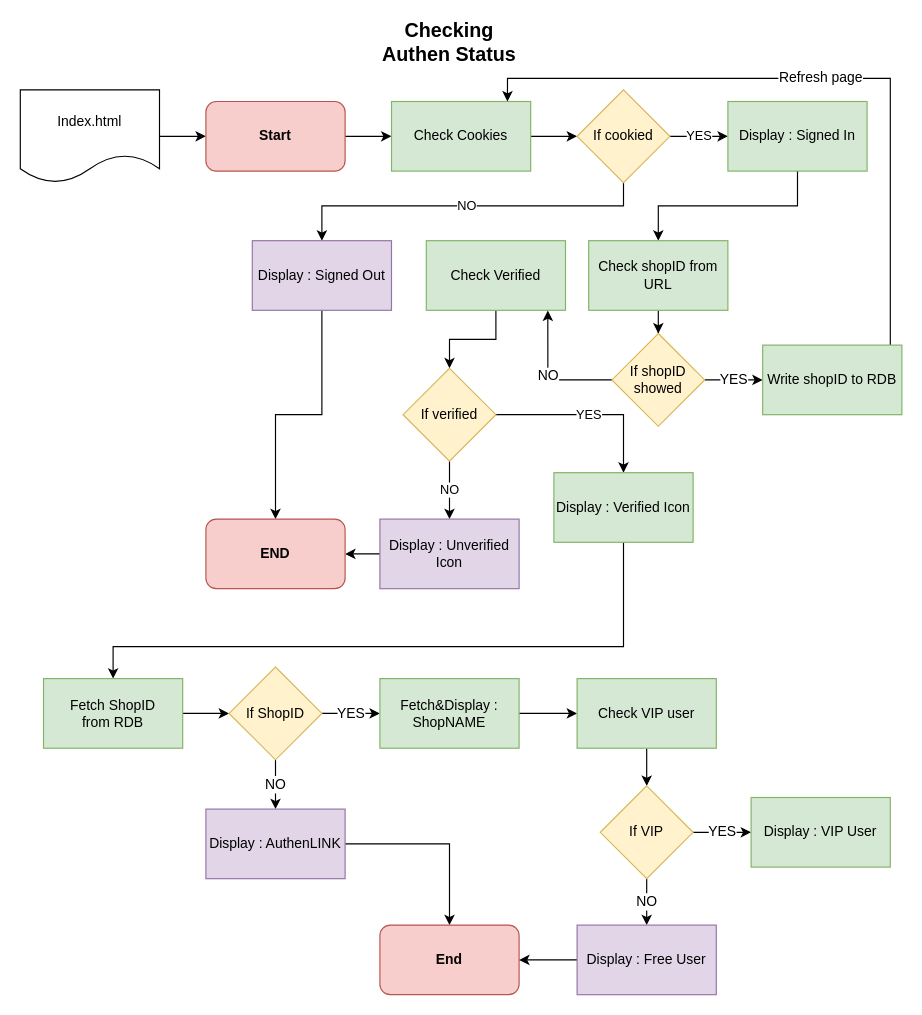
Earlier version of the draw.io diagram Untitled Diagram.drawio (klinsc/klinsc.github.io). Source tidied: cells renumbered, new cells numbered last; positions are measured from the earlier drawing's top-left corner, leaving out a move shared by most shapes. Both pictures are drawn from the tidied source at 116%, with x=0, y=0 at pixel (20, 31).
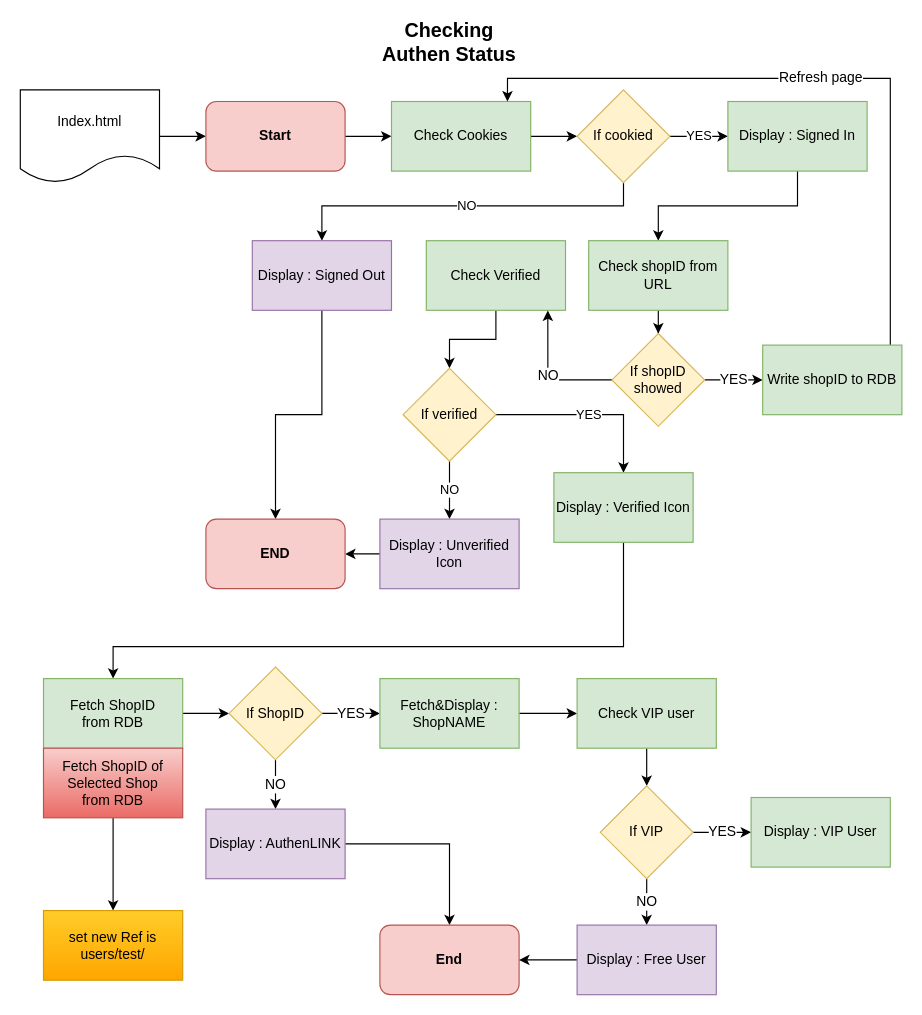
The same page after the edit.

Diff of the diagram source:
```diff
@@
+    <mxCell id="51" style="edgeStyle=orthogonalEdgeStyle;rounded=0;jettySize=auto;html=1;" parent="1" edge="1" source="52" target="53">
+      <mxGeometry relative="1" as="geometry" />
+    </mxCell>
+    <mxCell id="52" value="Fetch ShopID of Selected Shop&lt;br&gt;from RDB" style="rounded=0;whiteSpace=wrap;html=1;gradientColor=#ea6b66;fillColor=#f8cecc;strokeColor=#b85450;" parent="1" vertex="1">
+      <mxGeometry x="20" y="617.5" width="120" height="60" as="geometry" />
+    </mxCell>
+    <mxCell id="53" value="set new Ref is users/test/" style="whiteSpace=wrap;html=1;rounded=0;strokeColor=#d79b00;fillColor=#ffcd28;gradientColor=#ffa500;" parent="1" vertex="1">
+      <mxGeometry x="20" y="757.5" width="120" height="60" as="geometry" />
+    </mxCell>
```
